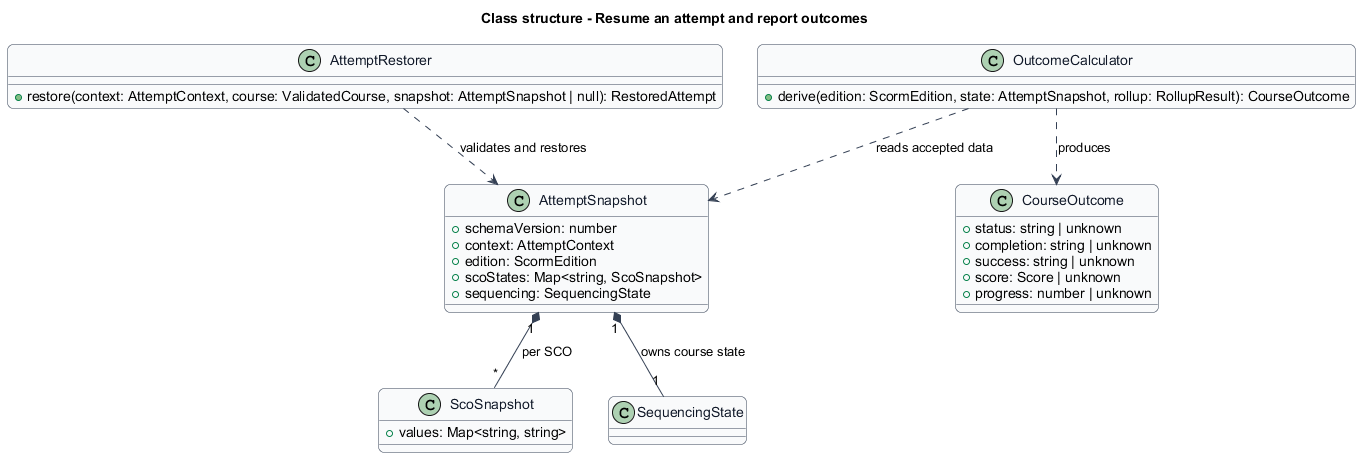
Before: docs/detailed-designs/scorm-player/resume-and-report-attempt/diagrams/class-structure.png, a diagram exported from PlantUML (QuinntyneBrown/Tessera).
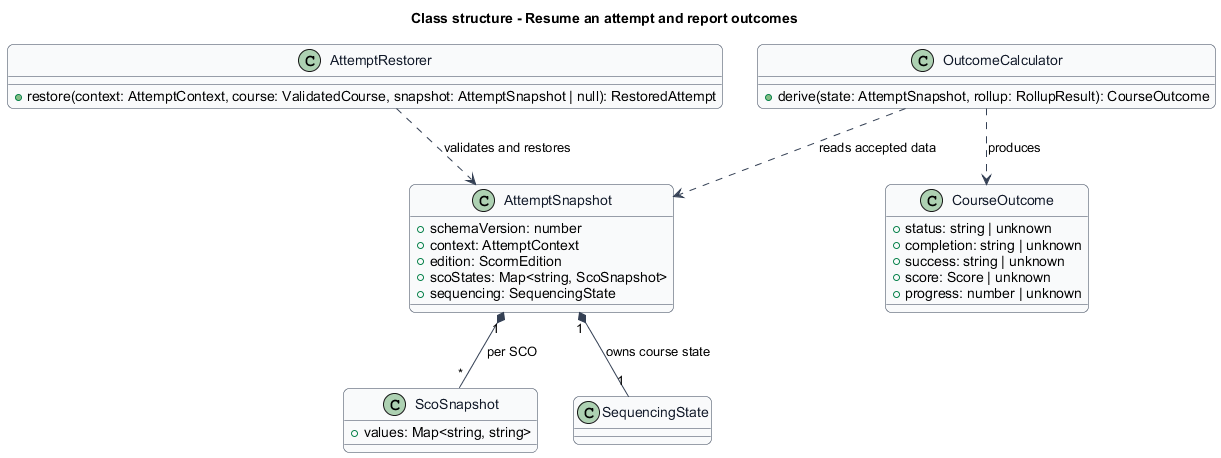
After the commit.

Diff of the diagram source:
```diff
@@ -33,7 +33,7 @@
   +values: Map<string, string>
 }
 class OutcomeCalculator {
-  +derive(edition: ScormEdition, state: AttemptSnapshot, rollup: RollupResult): CourseOutcome
+  +derive(state: AttemptSnapshot, rollup: RollupResult): CourseOutcome
 }
 class CourseOutcome {
   +status: string | unknown
```
